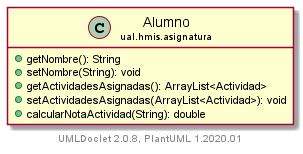
sb575/ProyectoEjercicio05 keeps this PlantUML diagram as EvaluarEjercicios/uml/ual.hmis.asignatura.Alumno.png. Above is the earlier version.
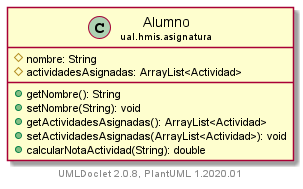
The same diagram one commit later.

Change to the diagram source:
```diff
@@ -4,6 +4,8 @@
     hide empty methods
 
     class "<size:14>Alumno\n<size:10>ual.hmis.asignatura" as ual.hmis.asignatura.Alumno [[../ual/hmis/asignatura/Alumno.html]] {
+        #nombre: String
+        #actividadesAsignadas: ArrayList<Actividad>
         +getNombre(): String
         +setNombre(String): void
         +getActividadesAsignadas(): ArrayList<Actividad>
```
